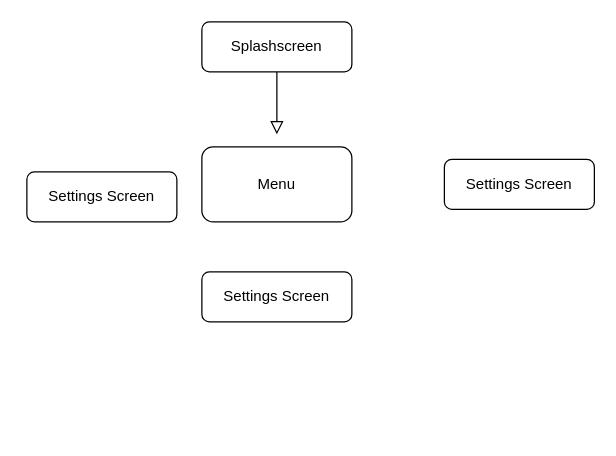
bbm-games/dankcrypt keeps this draw.io diagram as Untitled Diagram.drawio. Above is the earlier version. Source tidied: cells renumbered, new cells numbered last; positions are measured from the earlier drawing's top-left corner, leaving out a move shared by most shapes. Both pictures are drawn from the tidied source at 125%, with x=0, y=0 at pixel (26, 21).
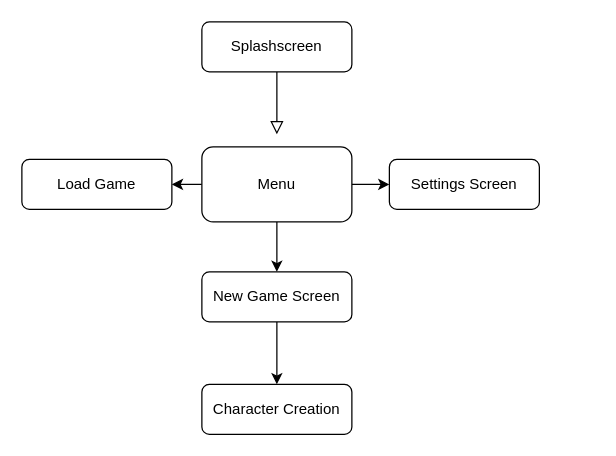
Above is the later version.

The edit, as a diff of the source:
```diff
@@
 <mxGraphModel>
   <root>
     <mxCell id="0" />
     <mxCell id="1" parent="0" />
     <mxCell id="2" style="rounded=0;html=1;jettySize=auto;fontSize=11;endArrow=block;endFill=0;endSize=8;strokeWidth=1;shadow=0;labelBackgroundColor=none;edgeStyle=orthogonalEdgeStyle;" parent="1" edge="1" source="3">
       <mxGeometry relative="1" as="geometry">
         <mxPoint x="200" y="90" as="targetPoint" />
       </mxGeometry>
     </mxCell>
     <mxCell id="3" value="Splashscreen" style="rounded=1;whiteSpace=wrap;html=1;fontSize=12;glass=0;strokeWidth=1;shadow=0;" parent="1" vertex="1">
       <mxGeometry x="140" width="120" height="40" as="geometry" />
     </mxCell>
+    <mxCell id="8" style="edgeStyle=orthogonalEdgeStyle;rounded=0;jettySize=auto;html=1;exitX=0.5;exitY=1;exitDx=0;exitDy=0;entryX=0.5;entryY=0;entryDx=0;entryDy=0;" parent="1" edge="1" source="4" target="6">
+      <mxGeometry relative="1" as="geometry" />
+    </mxCell>
+    <mxCell id="9" style="edgeStyle=orthogonalEdgeStyle;rounded=0;jettySize=auto;html=1;exitX=1;exitY=0.5;exitDx=0;exitDy=0;entryX=0;entryY=0.5;entryDx=0;entryDy=0;" parent="1" edge="1" source="4" target="5">
+      <mxGeometry relative="1" as="geometry" />
+    </mxCell>
+    <mxCell id="10" style="edgeStyle=orthogonalEdgeStyle;rounded=0;jettySize=auto;html=1;exitX=0;exitY=0.5;exitDx=0;exitDy=0;entryX=1;entryY=0.5;entryDx=0;entryDy=0;" parent="1" edge="1" source="4" target="7">
+      <mxGeometry relative="1" as="geometry" />
+    </mxCell>
     <mxCell id="4" value="Menu" style="rounded=1;whiteSpace=wrap;html=1;" parent="1" vertex="1">
       <mxGeometry x="140" y="100" width="120" height="60" as="geometry" />
     </mxCell>
     <mxCell id="5" value="Settings Screen" style="rounded=1;whiteSpace=wrap;html=1;fontSize=12;glass=0;strokeWidth=1;shadow=0;" parent="1" vertex="1">
-      <mxGeometry x="334" y="110" width="120" height="40" as="geometry" />
+      <mxGeometry x="290" y="110" width="120" height="40" as="geometry" />
     </mxCell>
+    <mxCell id="11" style="edgeStyle=orthogonalEdgeStyle;rounded=0;jettySize=auto;html=1;exitX=0.5;exitY=1;exitDx=0;exitDy=0;entryX=0.5;entryY=0;entryDx=0;entryDy=0;" parent="1" edge="1" source="6" target="12">
+      <mxGeometry relative="1" as="geometry" />
+    </mxCell>
-    <mxCell id="6" value="Settings Screen" style="rounded=1;whiteSpace=wrap;html=1;fontSize=12;glass=0;strokeWidth=1;shadow=0;" parent="1" vertex="1">
+    <mxCell id="6" value="New Game Screen" style="rounded=1;whiteSpace=wrap;html=1;fontSize=12;glass=0;strokeWidth=1;shadow=0;" parent="1" vertex="1">
       <mxGeometry x="140" y="200" width="120" height="40" as="geometry" />
     </mxCell>
-    <mxCell id="7" value="Settings Screen" style="rounded=1;whiteSpace=wrap;html=1;fontSize=12;glass=0;strokeWidth=1;shadow=0;" parent="1" vertex="1">
-      <mxGeometry y="120" width="120" height="40" as="geometry" />
+    <mxCell id="7" value="Load Game" style="rounded=1;whiteSpace=wrap;html=1;fontSize=12;glass=0;strokeWidth=1;shadow=0;" parent="1" vertex="1">
+      <mxGeometry x="-4" y="110" width="120" height="40" as="geometry" />
     </mxCell>
+    <mxCell id="12" value="Character Creation" style="rounded=1;whiteSpace=wrap;html=1;fontSize=12;glass=0;strokeWidth=1;shadow=0;" parent="1" vertex="1">
+      <mxGeometry x="140" y="290" width="120" height="40" as="geometry" />
+    </mxCell>
   </root>
 </mxGraphModel>
```
